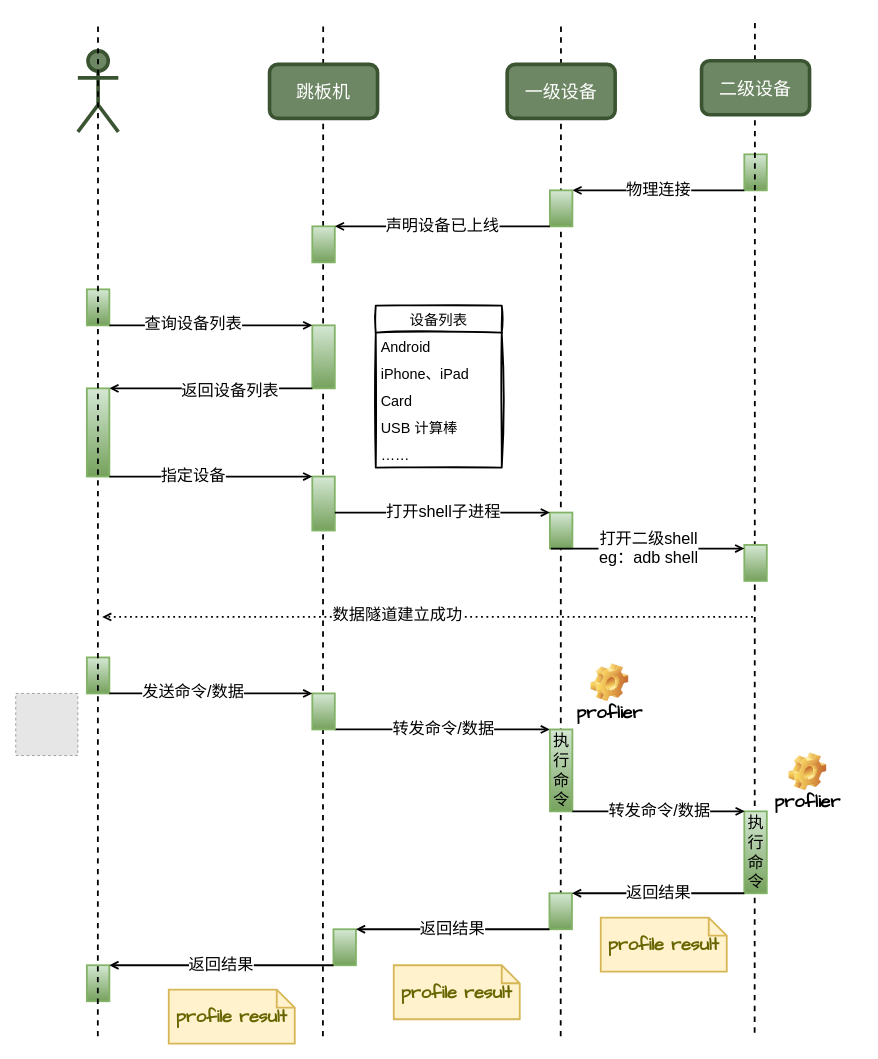
Above: doc/timeline.drawio in miniTsl/HeterogeneousComputingPlatform (draw.io), before the change. Source tidied: cells renumbered, new cells numbered last; positions are measured from the earlier drawing's top-left corner, leaving out a move shared by most shapes. Both pictures are drawn from the tidied source at 90%, with x=0, y=0 at pixel (15, 15). Pictures stored in the file or linked from it are replaced by grey dashed boxes.
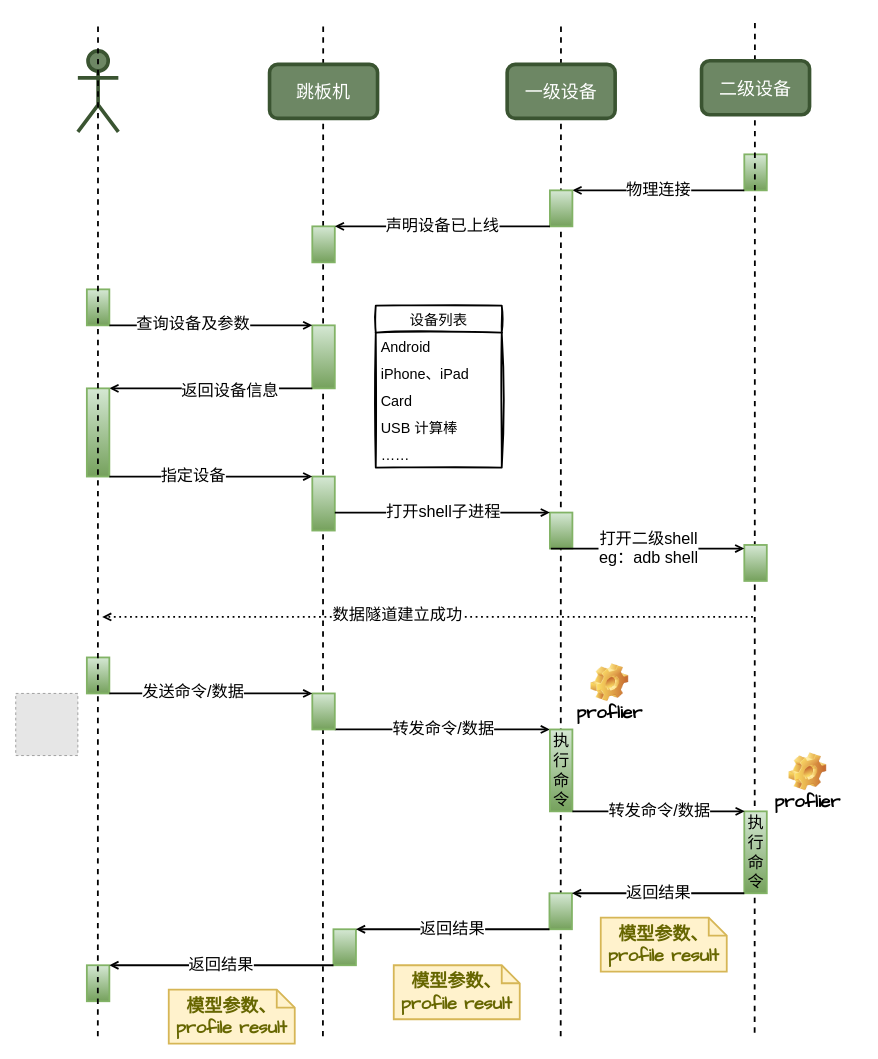
The same diagram, later.

Unchanged cells that the change refers to:
```xml
<mxCell id="33" style="endArrow=open;html=1;fontSize=18;entryX=0;entryY=0;entryDx=0;entryDy=0;endFill=0;exitX=1;exitY=1;exitDx=0;exitDy=0;strokeWidth=2;rounded=1;shadow=0;" parent="1" edge="1" source="32" target="26">
  <mxGeometry relative="1" as="geometry" />
</mxCell>
<mxCell id="35" style="endArrow=open;html=1;fontSize=18;exitX=0;exitY=1;exitDx=0;exitDy=0;entryX=1;entryY=0;entryDx=0;entryDy=0;endFill=0;strokeWidth=2;rounded=1;shadow=0;" parent="1" edge="1" source="26" target="37">
  <mxGeometry relative="1" as="geometry" />
</mxCell>
```

The edit, as a diff of the source:
```diff
@@
-    <mxCell id="34" value="查询设备列表" style="edgeLabel;html=1;align=center;verticalAlign=middle;fontSize=18;" parent="33" vertex="1">
+    <mxCell id="34" value="查询设备及参数" style="edgeLabel;html=1;align=center;verticalAlign=middle;fontSize=18;" parent="33" vertex="1">
       <mxGeometry x="-0.18" y="2" relative="1" as="geometry" />
     </mxCell>
@@
-    <mxCell id="36" value="返回设备列表" style="edgeLabel;html=1;align=center;verticalAlign=middle;fontSize=18;" parent="35" vertex="1">
+    <mxCell id="36" value="返回设备信息" style="edgeLabel;html=1;align=center;verticalAlign=middle;fontSize=18;" parent="35" vertex="1">
       <mxGeometry x="-0.18" y="2" relative="1" as="geometry" />
     </mxCell>
@@
-    <mxCell id="57" value="profile result" style="shape=note;strokeWidth=2;fontSize=20;size=20;whiteSpace=wrap;html=1;fillColor=#fff2cc;strokeColor=#d6b656;fontColor=#666600;fontFamily=Comic Sans MS;fontStyle=1;" parent="1" vertex="1">
+    <mxCell id="57" value="模型参数、&lt;br&gt;profile result" style="shape=note;strokeWidth=2;fontSize=20;size=20;whiteSpace=wrap;html=1;fillColor=#fff2cc;strokeColor=#d6b656;fontColor=#666600;fontFamily=Comic Sans MS;fontStyle=1;" parent="1" vertex="1">
       <mxGeometry x="650" y="1002" width="140" height="60" as="geometry" />
     </mxCell>
-    <mxCell id="58" value="profile result" style="shape=note;strokeWidth=2;fontSize=20;size=20;whiteSpace=wrap;html=1;fillColor=#fff2cc;strokeColor=#d6b656;fontColor=#666600;fontFamily=Comic Sans MS;fontStyle=1;" parent="1" vertex="1">
+    <mxCell id="58" value="模型参数、&lt;br&gt;profile result" style="shape=note;strokeWidth=2;fontSize=20;size=20;whiteSpace=wrap;html=1;fillColor=#fff2cc;strokeColor=#d6b656;fontColor=#666600;fontFamily=Comic Sans MS;fontStyle=1;" parent="1" vertex="1">
       <mxGeometry x="420" y="1055" width="140" height="60" as="geometry" />
     </mxCell>
-    <mxCell id="59" value="profile result" style="shape=note;strokeWidth=2;fontSize=20;size=20;whiteSpace=wrap;html=1;fillColor=#fff2cc;strokeColor=#d6b656;fontColor=#666600;fontFamily=Comic Sans MS;fontStyle=1;" parent="1" vertex="1">
+    <mxCell id="59" value="模型参数、&lt;br&gt;profile result" style="shape=note;strokeWidth=2;fontSize=20;size=20;whiteSpace=wrap;html=1;fillColor=#fff2cc;strokeColor=#d6b656;fontColor=#666600;fontFamily=Comic Sans MS;fontStyle=1;" parent="1" vertex="1">
       <mxGeometry x="170" y="1082" width="140" height="60" as="geometry" />
     </mxCell>
```
